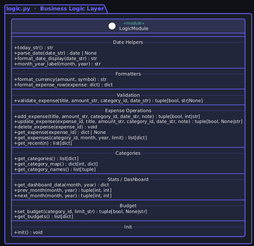
Earlier version of the PlantUML export docs/Logic UML.png (iTxAspect/Expense-Tracker-Project).
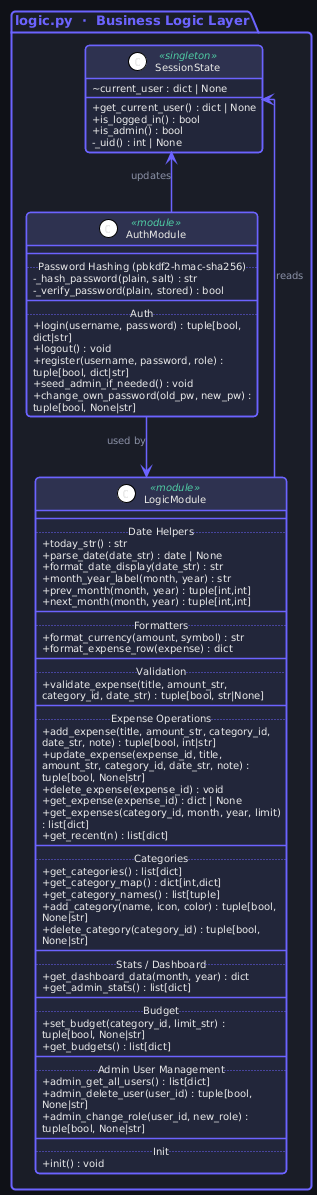
The same diagram one commit later.

Change to the diagram source:
```diff
@@ -1,59 +1,82 @@
 @startuml
 !theme plain
-skinparam backgroundColor #0F1117
-skinparam defaultFontName  Helvetica
-skinparam defaultFontSize  12
-skinparam defaultFontColor #EAEAEA
+skinparam backgroundColor       #0F1117
+skinparam defaultFontName        Helvetica
+skinparam defaultFontSize        11
+skinparam defaultFontColor       #EAEAEA
+skinparam wrapWidth              240
 
 skinparam title {
     FontColor   #6C63FF
-    FontSize    20
+    FontSize    22
     FontStyle   bold
 }
 
 skinparam package {
-    BackgroundColor #1A1D27
-    BorderColor     #6C63FF
-    BorderThickness 2
-    FontColor       #6C63FF
-    FontStyle       bold
-    FontSize        13
+    BackgroundColor   #1A1D27
+    BorderColor       #6C63FF
+    BorderThickness   2
+    FontColor         #6C63FF
+    FontStyle         bold
+    FontSize          13
 }
 
 skinparam class {
-    BackgroundColor      #22263A
-    BorderColor          #6C63FF
-    BorderThickness      1.5
-    FontColor            #EAEAEA
-    AttributeFontColor   #EAEAEA
-    AttributeFontSize    11
+    BackgroundColor       #22263A
+    BorderColor           #6C63FF
+    BorderThickness       1.5
+    FontColor             #EAEAEA
+    AttributeFontColor    #EAEAEA
+    AttributeFontSize     10
     HeaderBackgroundColor #2E3250
-    StereotypeFontColor  #4ECCA3
-    StereotypeFontSize   10
+    StereotypeFontColor   #4ECCA3
+    StereotypeFontSize    10
 }
 
 skinparam note {
-    BackgroundColor #1A1D27
-    BorderColor     #FF6584
-    FontColor       #8892A4
-    FontSize        10
+    BackgroundColor  #1A1D27
+    BorderColor      #FF6584
+    FontColor        #8892A4
+    FontSize         10
 }
 
 skinparam arrow {
-    Color           #6C63FF
-    FontColor       #8892A4
-    FontSize        10
-    Thickness       1.5
+    Color      #6C63FF
+    FontColor  #8892A4
+    FontSize   10
+    Thickness  1.5
 }
 
 skinparam linetype ortho
 skinparam roundcorner 8
-skinparam shadowing false
+skinparam shadowing   false
 skinparam classAttributeIconSize 0
 
 
+package "logic.py  ·  Business Logic Layer" as PKG_LGC {
 
-package "logic.py  ·  Business Logic Layer" as LGC_PKG {
+    class "SessionState" as SESSION <<singleton>> {
+        {field} ~ current_user : dict | None
+        __
+        {method} + get_current_user() : dict | None
+        {method} + is_logged_in() : bool
+        {method} + is_admin() : bool
+        {method} - _uid() : int | None
+    }
+
+    class "AuthModule" as AUTH <<module>> {
+        __
+        .. Password Hashing (pbkdf2-hmac-sha256) ..
+        {method} - _hash_password(plain, salt) : str
+        {method} - _verify_password(plain, stored) : bool
+        __
+        .. Auth ..
+        {method} + login(username, password) : tuple[bool, dict|str]
+        {method} + logout() : void
+        {method} + register(username, password, role) : tuple[bool, dict|str]
+        {method} + seed_admin_if_needed() : void
+        {method} + change_own_password(old_pw, new_pw) : tuple[bool, None|str]
+    }
 
     class "LogicModule" as LGC <<module>> {
         __
@@ -62,10 +85,12 @@
         {method} + parse_date(date_str) : date | None
         {method} + format_date_display(date_str) : str
         {method} + month_year_label(month, year) : str
+        {method} + prev_month(month, year) : tuple[int,int]
+        {method} + next_month(month, year) : tuple[int,int]
         __
         .. Formatters ..
         {method} + format_currency(amount, symbol) : str
-        {method} + format_expense_row(expense: dict) : dict
+        {method} + format_expense_row(expense) : dict
         __
         .. Validation ..
         {method} + validate_expense(title, amount_str, category_id, date_str) : tuple[bool, str|None]
@@ -80,20 +105,30 @@
         __
         .. Categories ..
         {method} + get_categories() : list[dict]
-        {method} + get_category_map() : dict[int, dict]
+        {method} + get_category_map() : dict[int,dict]
         {method} + get_category_names() : list[tuple]
+        {method} + add_category(name, icon, color) : tuple[bool, None|str]
+        {method} + delete_category(category_id) : tuple[bool, None|str]
         __
         .. Stats / Dashboard ..
         {method} + get_dashboard_data(month, year) : dict
-        {method} + prev_month(month, year) : tuple[int, int]
-        {method} + next_month(month, year) : tuple[int, int]
+        {method} + get_admin_stats() : list[dict]
         __
         .. Budget ..
         {method} + set_budget(category_id, limit_str) : tuple[bool, None|str]
         {method} + get_budgets() : list[dict]
         __
+        .. Admin User Management ..
+        {method} + admin_get_all_users() : list[dict]
+        {method} + admin_delete_user(user_id) : tuple[bool, None|str]
+        {method} + admin_change_role(user_id, new_role) : tuple[bool, None|str]
+        __
         .. Init ..
         {method} + init() : void
     }
+
+    SESSION <-- AUTH  : updates
+    SESSION <-- LGC   : reads
+    AUTH    --> LGC   : used by
 }
 @enduml
```
